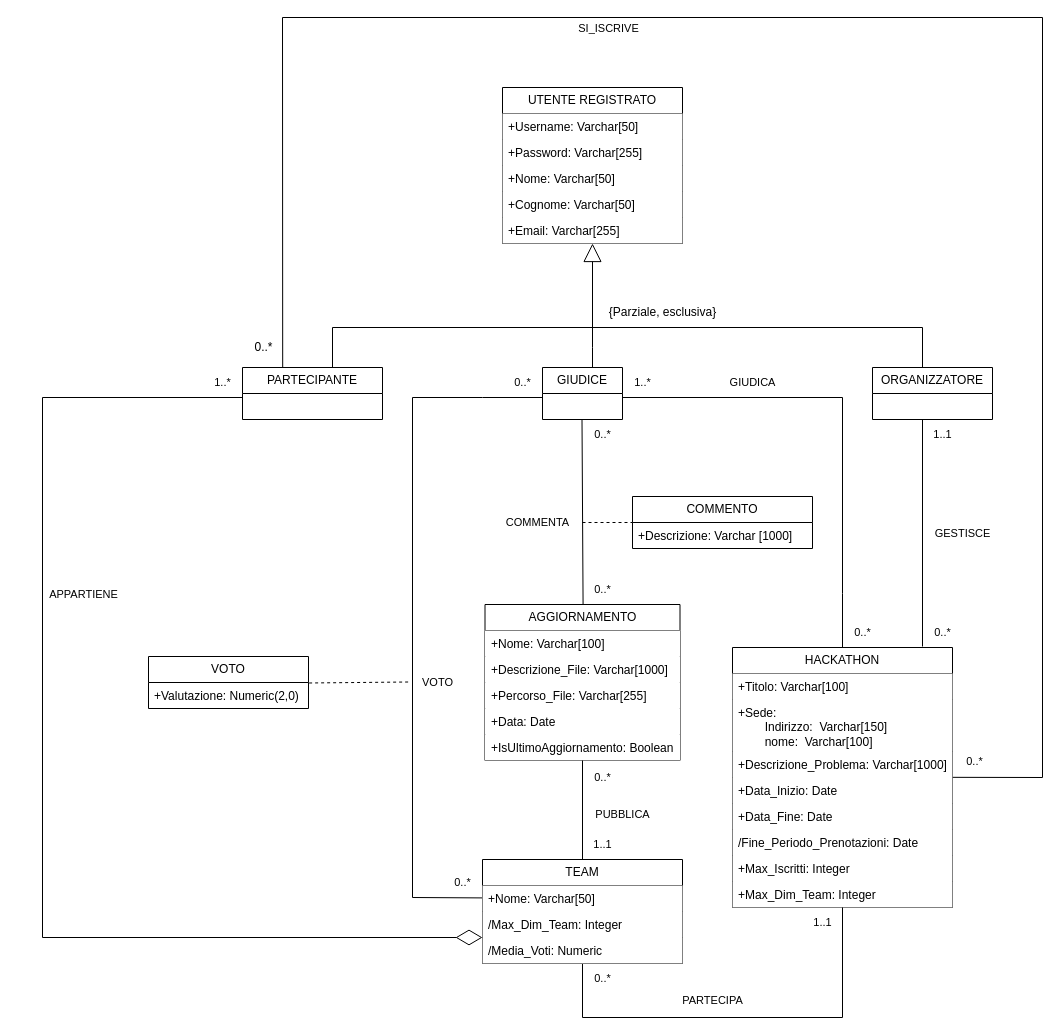
Before: Diagramma UML Hackathon.drawio in galetizia/Progetto-DB, a draw.io diagram. Source tidied: cells renumbered, new cells numbered last; positions are measured from the earlier drawing's top-left corner, leaving out a move shared by most shapes. Both pictures are drawn from the tidied source at 100%, with x=0, y=0 at pixel (42, 17).
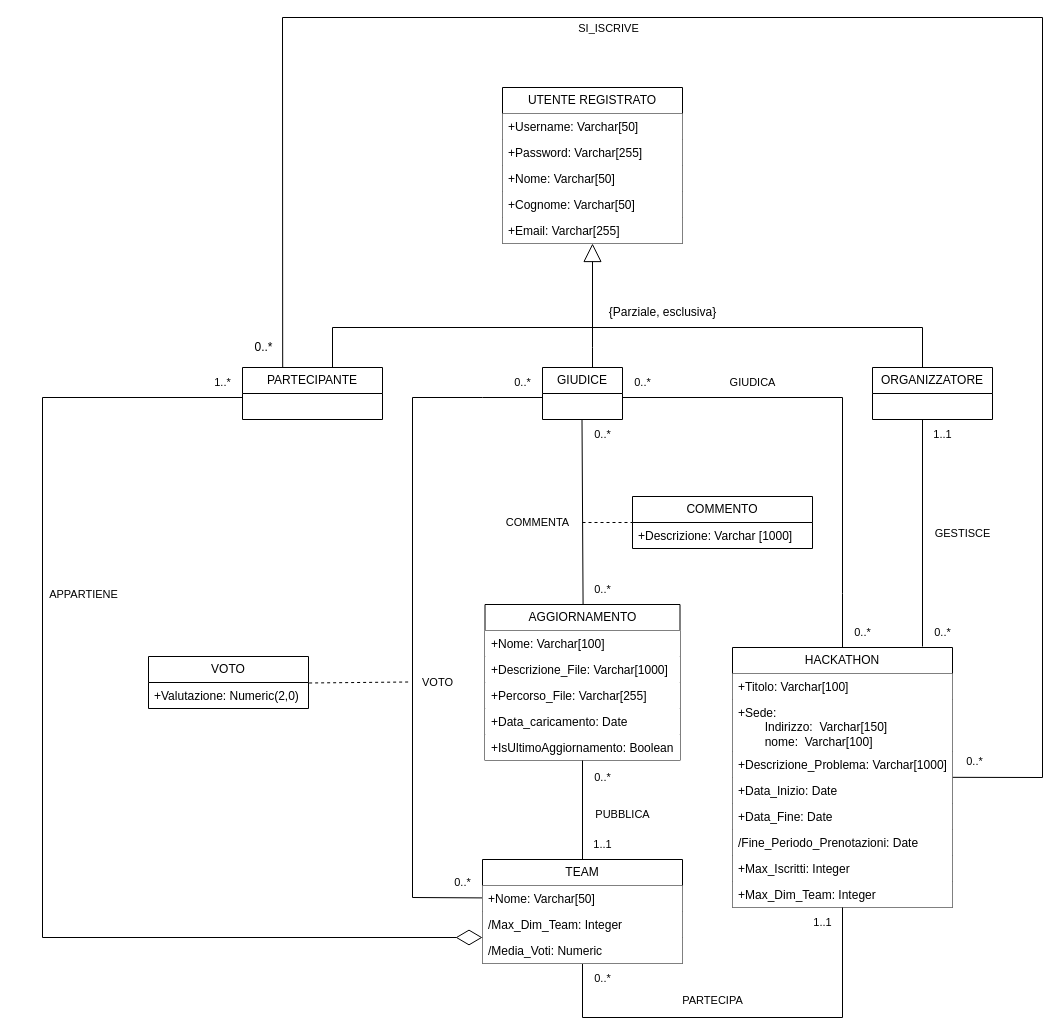
The same diagram, later.

The change refers to these unchanged cells:
```xml
<mxCell id="24" value="AGGIORNAMENTO" style="swimlane;fontStyle=0;horizontal=1;startSize=26;fillColor=default;whiteSpace=wrap;html=1;" parent="1" vertex="1">
  <mxGeometry x="442.5" y="587" width="195" height="156" as="geometry" />
</mxCell>
```

The edit, as a diff of the source:
```diff
@@
-    <mxCell id="28" value="+Data: Date" style="text;strokeColor=none;fillColor=default;align=left;verticalAlign=top;spacingLeft=4;spacingRight=4;overflow=hidden;whiteSpace=wrap;html=1;" parent="24" vertex="1">
+    <mxCell id="28" value="+Data_caricamento: Date" style="text;strokeColor=none;fillColor=default;align=left;verticalAlign=top;spacingLeft=4;spacingRight=4;overflow=hidden;whiteSpace=wrap;html=1;" parent="24" vertex="1">
       <mxGeometry y="104" width="195" height="26" as="geometry" />
     </mxCell>
@@
-    <mxCell id="47" value="1..*" style="text;html=1;align=center;verticalAlign=middle;strokeColor=none;fillColor=none;fontFamily=Helvetica;fontSize=11;fontColor=default;labelBackgroundColor=default;" parent="1" vertex="1">
+    <mxCell id="47" value="0..*" style="text;html=1;align=center;verticalAlign=middle;strokeColor=none;fillColor=none;fontFamily=Helvetica;fontSize=11;fontColor=default;labelBackgroundColor=default;" parent="1" vertex="1">
       <mxGeometry x="580" y="350" width="40" height="30" as="geometry" />
     </mxCell>
```
